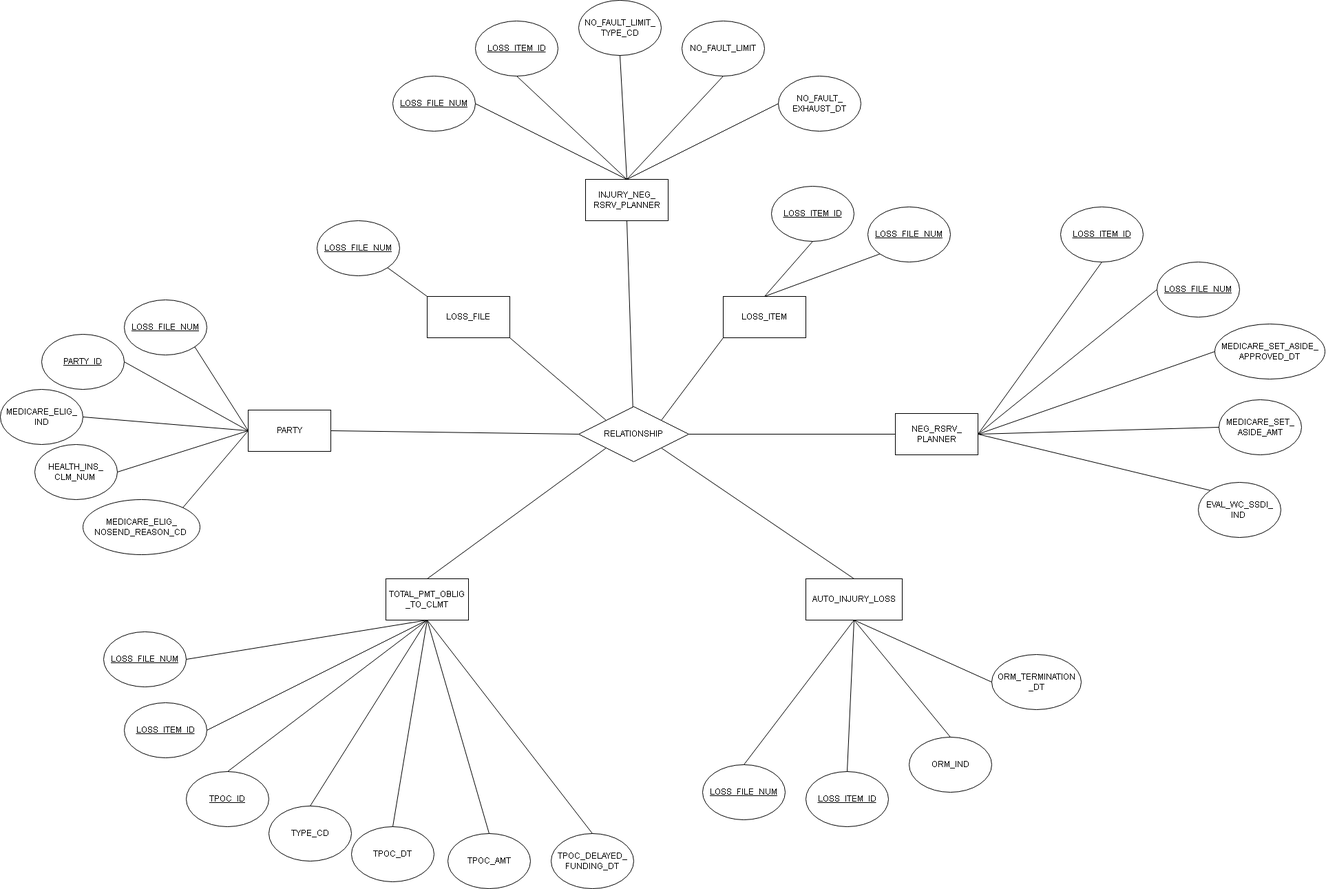
Earlier version of the draw.io export icu_medicare_tab.drawio.png (aliu7198/diagrams). Source tidied: cells renumbered, new cells last; positions are measured from the earlier drawing's top-left corner, leaving out a move shared by most shapes.
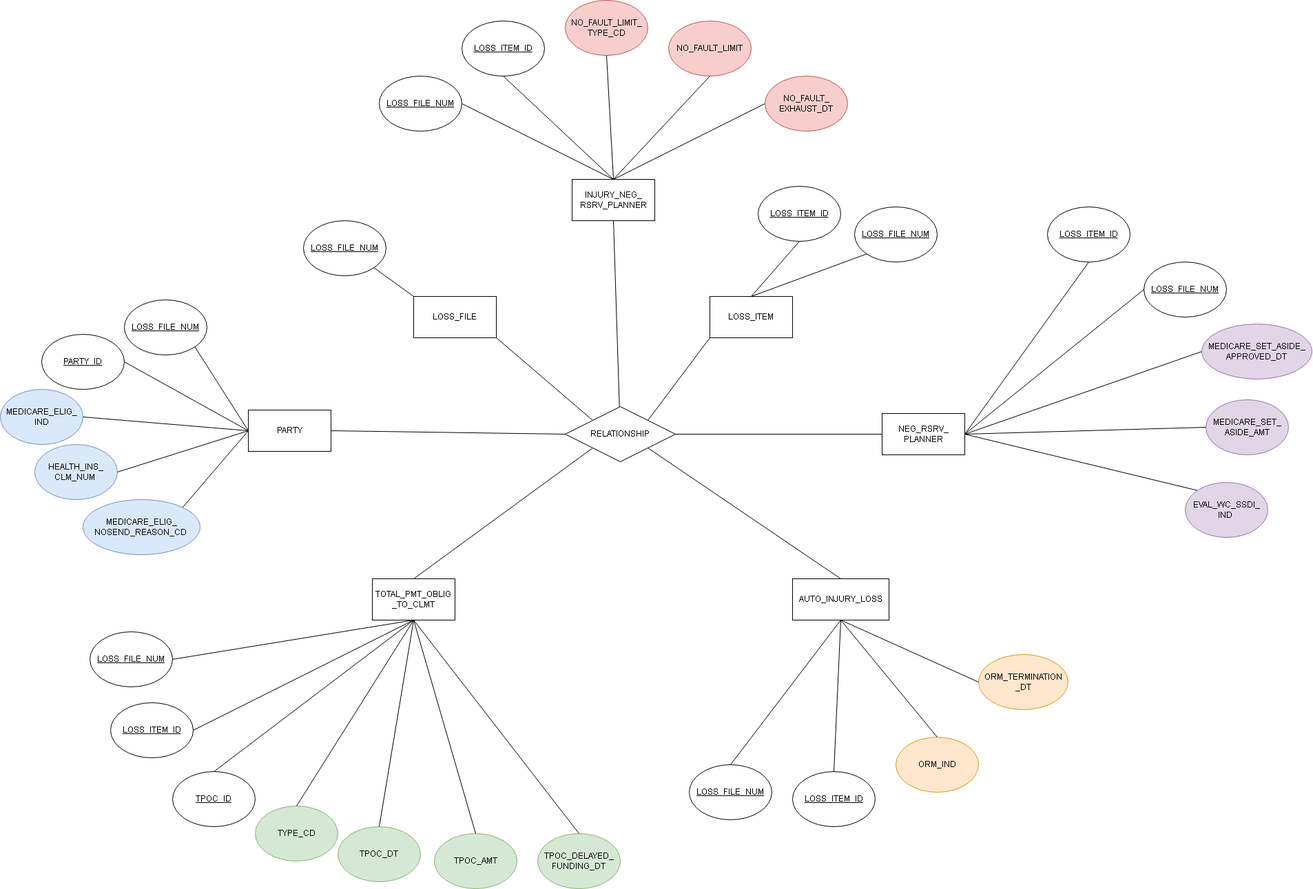
Later version of the same file.

Diff of the diagram source:
```diff
@@ -3,22 +3,22 @@
     <mxCell id="0" />
     <mxCell id="1" parent="0" />
     <mxCell id="2" value="PARTY" style="rounded=0;whiteSpace=wrap;html=1;" parent="1" vertex="1">
-      <mxGeometry x="360" y="595" width="120" height="60" as="geometry" />
+      <mxGeometry x="380" y="595" width="120" height="60" as="geometry" />
     </mxCell>
     <mxCell id="3" value="&lt;u&gt;LOSS_FILE_NUM&lt;/u&gt;" style="ellipse;whiteSpace=wrap;html=1;" parent="1" vertex="1">
-      <mxGeometry x="180" y="435" width="120" height="80" as="geometry" />
+      <mxGeometry x="200" y="435" width="120" height="80" as="geometry" />
     </mxCell>
     <mxCell id="4" value="&lt;u&gt;PARTY_ID&lt;/u&gt;" style="ellipse;whiteSpace=wrap;html=1;" parent="1" vertex="1">
-      <mxGeometry x="60" y="485" width="120" height="80" as="geometry" />
+      <mxGeometry x="80" y="485" width="120" height="80" as="geometry" />
     </mxCell>
-    <mxCell id="5" value="MEDICARE_ELIG_&lt;div&gt;IND&lt;/div&gt;" style="ellipse;whiteSpace=wrap;html=1;" parent="1" vertex="1">
-      <mxGeometry y="565" width="120" height="80" as="geometry" />
+    <mxCell id="5" value="MEDICARE_ELIG_&lt;div&gt;IND&lt;/div&gt;" style="ellipse;whiteSpace=wrap;html=1;fillColor=#dae8fc;strokeColor=#6c8ebf;" parent="1" vertex="1">
+      <mxGeometry x="20" y="565" width="120" height="80" as="geometry" />
     </mxCell>
-    <mxCell id="6" value="HEALTH_INS_&lt;div&gt;CLM_NUM&amp;nbsp;&lt;/div&gt;" style="ellipse;whiteSpace=wrap;html=1;" parent="1" vertex="1">
-      <mxGeometry x="50" y="645" width="120" height="80" as="geometry" />
+    <mxCell id="6" value="HEALTH_INS_&lt;div&gt;CLM_NUM&amp;nbsp;&lt;/div&gt;" style="ellipse;whiteSpace=wrap;html=1;fillColor=#dae8fc;strokeColor=#6c8ebf;" parent="1" vertex="1">
+      <mxGeometry x="70" y="645" width="120" height="80" as="geometry" />
     </mxCell>
-    <mxCell id="7" value="MEDICARE_ELIG_&lt;div&gt;NOSEND_REASON_CD&amp;nbsp;&lt;/div&gt;" style="ellipse;whiteSpace=wrap;html=1;" parent="1" vertex="1">
-      <mxGeometry x="120" y="725" width="170" height="80" as="geometry" />
+    <mxCell id="7" value="MEDICARE_ELIG_&lt;div&gt;NOSEND_REASON_CD&amp;nbsp;&lt;/div&gt;" style="ellipse;whiteSpace=wrap;html=1;fillColor=#dae8fc;strokeColor=#6c8ebf;" parent="1" vertex="1">
+      <mxGeometry x="140" y="725" width="170" height="80" as="geometry" />
     </mxCell>
     <mxCell id="8" style="endArrow=none;html=1;rounded=0;exitX=1;exitY=1;exitDx=0;exitDy=0;entryX=0;entryY=0.5;entryDx=0;entryDy=0;" parent="1" edge="1" source="3" target="2">
       <mxGeometry relative="1" as="geometry" />
@@ -31,12 +31,12 @@
     </mxCell>
     <mxCell id="11" style="endArrow=none;html=1;rounded=0;exitX=1;exitY=0.5;exitDx=0;exitDy=0;" parent="1" edge="1" source="5">
       <mxGeometry relative="1" as="geometry">
-        <mxPoint x="360" y="625" as="targetPoint" />
+        <mxPoint x="380" y="625" as="targetPoint" />
       </mxGeometry>
     </mxCell>
     <mxCell id="12" style="endArrow=none;html=1;rounded=0;exitX=1;exitY=0;exitDx=0;exitDy=0;" parent="1" edge="1" source="7">
       <mxGeometry relative="1" as="geometry">
-        <mxPoint x="360" y="625" as="targetPoint" />
+        <mxPoint x="380" y="625" as="targetPoint" />
       </mxGeometry>
     </mxCell>
     <mxCell id="13" value="INJURY_NEG_&lt;div&gt;RSRV_PLANNER&lt;/div&gt;" style="rounded=0;whiteSpace=wrap;html=1;" parent="1" vertex="1">
@@ -48,13 +48,13 @@
     <mxCell id="15" value="&lt;u&gt;LOSS_FILE_NUM&lt;/u&gt;" style="ellipse;whiteSpace=wrap;html=1;" parent="1" vertex="1">
       <mxGeometry x="570" y="110" width="120" height="80" as="geometry" />
     </mxCell>
-    <mxCell id="16" value="NO_FAULT_LIMIT_&lt;div&gt;TYPE_CD&lt;/div&gt;" style="ellipse;whiteSpace=wrap;html=1;" parent="1" vertex="1">
+    <mxCell id="16" value="NO_FAULT_LIMIT_&lt;div&gt;TYPE_CD&lt;/div&gt;" style="ellipse;whiteSpace=wrap;html=1;fillColor=#f8cecc;strokeColor=#b85450;" parent="1" vertex="1">
       <mxGeometry x="840" width="120" height="80" as="geometry" />
     </mxCell>
-    <mxCell id="17" value="NO_FAULT_LIMIT" style="ellipse;whiteSpace=wrap;html=1;" parent="1" vertex="1">
+    <mxCell id="17" value="NO_FAULT_LIMIT" style="ellipse;whiteSpace=wrap;html=1;fillColor=#f8cecc;strokeColor=#b85450;" parent="1" vertex="1">
       <mxGeometry x="990" y="30" width="120" height="80" as="geometry" />
     </mxCell>
-    <mxCell id="18" value="NO_FAULT_&lt;div&gt;EXHAUST_DT&lt;/div&gt;" style="ellipse;whiteSpace=wrap;html=1;" parent="1" vertex="1">
+    <mxCell id="18" value="NO_FAULT_&lt;div&gt;EXHAUST_DT&lt;/div&gt;" style="ellipse;whiteSpace=wrap;html=1;fillColor=#f8cecc;strokeColor=#b85450;" parent="1" vertex="1">
       <mxGeometry x="1130" y="110" width="120" height="80" as="geometry" />
     </mxCell>
     <mxCell id="19" style="endArrow=none;html=1;rounded=0;entryX=0.5;entryY=1;entryDx=0;entryDy=0;exitX=0.5;exitY=0;exitDx=0;exitDy=0;" parent="1" edge="1" source="13" target="14">
@@ -75,13 +75,13 @@
     <mxCell id="24" value="NEG_RSRV_&lt;div&gt;PLANNER&lt;/div&gt;" style="rounded=0;whiteSpace=wrap;html=1;" parent="1" vertex="1">
       <mxGeometry x="1300" y="600" width="120" height="60" as="geometry" />
     </mxCell>
-    <mxCell id="25" value="MEDICARE_SET_ASIDE_&lt;div&gt;APPROVED_DT&lt;/div&gt;" style="ellipse;whiteSpace=wrap;html=1;" parent="1" vertex="1">
+    <mxCell id="25" value="MEDICARE_SET_ASIDE_&lt;div&gt;APPROVED_DT&lt;/div&gt;" style="ellipse;whiteSpace=wrap;html=1;fillColor=#e1d5e7;strokeColor=#9673a6;" parent="1" vertex="1">
       <mxGeometry x="1764" y="470" width="160" height="80" as="geometry" />
     </mxCell>
-    <mxCell id="26" value="MEDICARE_SET_&lt;div&gt;ASIDE_AMT&lt;/div&gt;" style="ellipse;whiteSpace=wrap;html=1;" parent="1" vertex="1">
+    <mxCell id="26" value="MEDICARE_SET_&lt;div&gt;ASIDE_AMT&lt;/div&gt;" style="ellipse;whiteSpace=wrap;html=1;fillColor=#e1d5e7;strokeColor=#9673a6;" parent="1" vertex="1">
       <mxGeometry x="1770" y="580" width="120" height="80" as="geometry" />
     </mxCell>
-    <mxCell id="27" value="EVAL_WC_SSDI_&lt;div&gt;IND&amp;nbsp;&lt;/div&gt;" style="ellipse;whiteSpace=wrap;html=1;" parent="1" vertex="1">
+    <mxCell id="27" value="EVAL_WC_SSDI_&lt;div&gt;IND&amp;nbsp;&lt;/div&gt;" style="ellipse;whiteSpace=wrap;html=1;fillColor=#e1d5e7;strokeColor=#9673a6;" parent="1" vertex="1">
       <mxGeometry x="1740" y="700" width="120" height="80" as="geometry" />
     </mxCell>
     <mxCell id="28" value="&lt;u&gt;LOSS_FILE_NUM&lt;/u&gt;" style="ellipse;whiteSpace=wrap;html=1;" parent="1" vertex="1">
@@ -108,10 +108,10 @@
     <mxCell id="35" value="AUTO_INJURY_LOSS" style="rounded=0;whiteSpace=wrap;html=1;" parent="1" vertex="1">
       <mxGeometry x="1170" y="840" width="140" height="60" as="geometry" />
     </mxCell>
-    <mxCell id="36" value="ORM_IND" style="ellipse;whiteSpace=wrap;html=1;" parent="1" vertex="1">
+    <mxCell id="36" value="ORM_IND" style="ellipse;whiteSpace=wrap;html=1;fillColor=#ffe6cc;strokeColor=#d79b00;" parent="1" vertex="1">
       <mxGeometry x="1320" y="1070" width="120" height="80" as="geometry" />
     </mxCell>
-    <mxCell id="37" value="ORM_TERMINATION&lt;div&gt;_DT&lt;/div&gt;" style="ellipse;whiteSpace=wrap;html=1;" parent="1" vertex="1">
+    <mxCell id="37" value="ORM_TERMINATION&lt;div&gt;_DT&lt;/div&gt;" style="ellipse;whiteSpace=wrap;html=1;fillColor=#ffe6cc;strokeColor=#d79b00;" parent="1" vertex="1">
       <mxGeometry x="1440" y="950" width="130" height="80" as="geometry" />
     </mxCell>
     <mxCell id="38" value="&lt;u&gt;LOSS_FILE_NUM&lt;/u&gt;" style="ellipse;whiteSpace=wrap;html=1;" parent="1" vertex="1">
@@ -138,16 +138,16 @@
     <mxCell id="45" value="&lt;u&gt;TPOC_ID&lt;/u&gt;" style="ellipse;whiteSpace=wrap;html=1;" parent="1" vertex="1">
       <mxGeometry x="270" y="1120" width="120" height="80" as="geometry" />
     </mxCell>
-    <mxCell id="46" value="TYPE_CD" style="ellipse;whiteSpace=wrap;html=1;" parent="1" vertex="1">
+    <mxCell id="46" value="TYPE_CD" style="ellipse;whiteSpace=wrap;html=1;fillColor=#d5e8d4;strokeColor=#82b366;" parent="1" vertex="1">
       <mxGeometry x="390" y="1170" width="120" height="80" as="geometry" />
     </mxCell>
-    <mxCell id="47" value="TPOC_DT" style="ellipse;whiteSpace=wrap;html=1;" parent="1" vertex="1">
+    <mxCell id="47" value="TPOC_DT" style="ellipse;whiteSpace=wrap;html=1;fillColor=#d5e8d4;strokeColor=#82b366;" parent="1" vertex="1">
       <mxGeometry x="510" y="1200" width="120" height="80" as="geometry" />
     </mxCell>
-    <mxCell id="48" value="TPOC_AMT" style="ellipse;whiteSpace=wrap;html=1;" parent="1" vertex="1">
+    <mxCell id="48" value="TPOC_AMT" style="ellipse;whiteSpace=wrap;html=1;fillColor=#d5e8d4;strokeColor=#82b366;" parent="1" vertex="1">
       <mxGeometry x="650" y="1210" width="120" height="80" as="geometry" />
     </mxCell>
-    <mxCell id="49" value="TPOC_DELAYED_&lt;div&gt;FUNDING_DT&lt;/div&gt;" style="ellipse;whiteSpace=wrap;html=1;" parent="1" vertex="1">
+    <mxCell id="49" value="TPOC_DELAYED_&lt;div&gt;FUNDING_DT&lt;/div&gt;" style="ellipse;whiteSpace=wrap;html=1;fillColor=#d5e8d4;strokeColor=#82b366;" parent="1" vertex="1">
       <mxGeometry x="800" y="1210" width="120" height="80" as="geometry" />
     </mxCell>
     <mxCell id="50" value="&lt;u&gt;LOSS_FILE_NUM&lt;/u&gt;" style="ellipse;whiteSpace=wrap;html=1;" parent="1" vertex="1">
```
